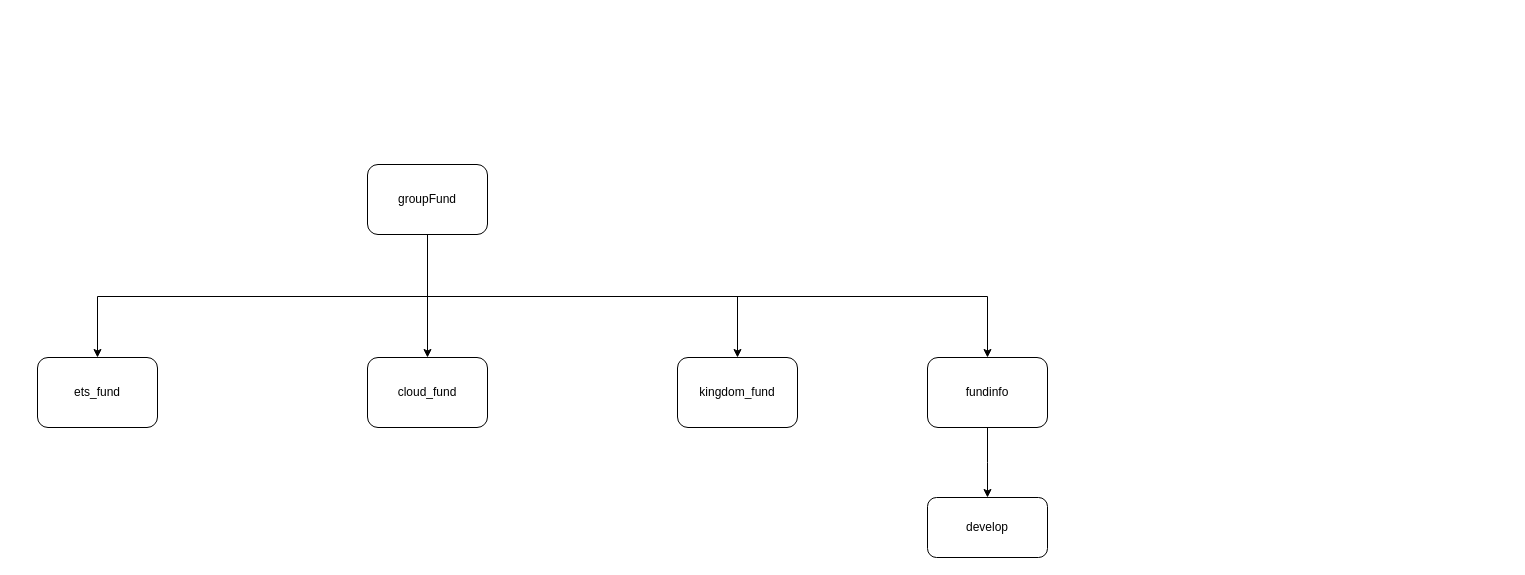
This is 基金git代码分支图.drawio from ammengke/my-drawio, a draw.io file, before an edit. Source tidied: cells renumbered, new cells numbered last; positions are measured from the earlier drawing's top-left corner, leaving out a move shared by most shapes. Both pictures are drawn from the tidied source at 100%, with x=0, y=0 at pixel (37, 164).
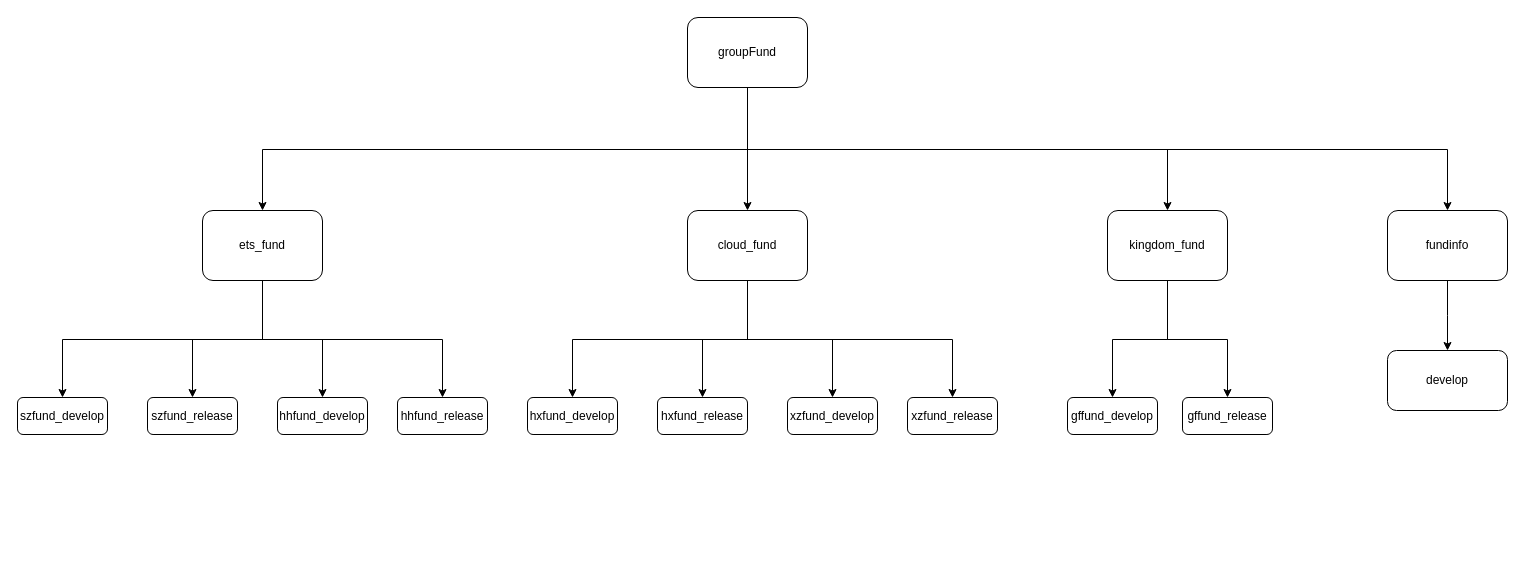
The same page after the edit.

Commit message (it also covers changes not shown here):
Update 基金git代码分支图.drawio

The edit, as a diff of the source:
```diff
@@
     <mxCell id="5" style="edgeStyle=elbowEdgeStyle;rounded=0;jettySize=auto;elbow=vertical;html=1;" parent="1" edge="1" source="6" target="11">
-      <mxGeometry relative="1" as="geometry" />
+      <mxGeometry relative="1" as="geometry">
+        <Array as="points">
+          <mxPoint x="1020" y="-15" />
+        </Array>
+      </mxGeometry>
     </mxCell>
     <mxCell id="6" value="groupFund" style="rounded=1;whiteSpace=wrap;html=1;" parent="1" vertex="1">
-      <mxGeometry x="330" width="120" height="70" as="geometry" />
+      <mxGeometry x="650" y="-147" width="120" height="70" as="geometry" />
     </mxCell>
+    <mxCell id="13" style="edgeStyle=elbowEdgeStyle;rounded=0;jettySize=auto;elbow=vertical;html=1;" parent="1" edge="1" source="7" target="23">
+      <mxGeometry relative="1" as="geometry" />
+    </mxCell>
+    <mxCell id="14" style="edgeStyle=elbowEdgeStyle;rounded=0;jettySize=auto;elbow=vertical;html=1;entryX=0.5;entryY=0;entryDx=0;entryDy=0;" parent="1" edge="1" source="7" target="24">
+      <mxGeometry relative="1" as="geometry" />
+    </mxCell>
+    <mxCell id="15" style="edgeStyle=elbowEdgeStyle;rounded=0;jettySize=auto;elbow=vertical;html=1;" parent="1" edge="1" source="7" target="25">
+      <mxGeometry relative="1" as="geometry" />
+    </mxCell>
+    <mxCell id="16" style="edgeStyle=elbowEdgeStyle;rounded=0;jettySize=auto;elbow=vertical;html=1;" parent="1" edge="1" source="7" target="26">
+      <mxGeometry relative="1" as="geometry" />
+    </mxCell>
     <mxCell id="7" value="ets_fund" style="rounded=1;whiteSpace=wrap;html=1;" parent="1" vertex="1">
-      <mxGeometry y="193" width="120" height="70" as="geometry" />
+      <mxGeometry x="165" y="46" width="120" height="70" as="geometry" />
     </mxCell>
+    <mxCell id="17" style="edgeStyle=elbowEdgeStyle;rounded=0;jettySize=auto;elbow=vertical;html=1;entryX=0.5;entryY=0;entryDx=0;entryDy=0;" parent="1" edge="1" source="8" target="27">
+      <mxGeometry relative="1" as="geometry" />
+    </mxCell>
+    <mxCell id="18" style="edgeStyle=elbowEdgeStyle;rounded=0;jettySize=auto;elbow=vertical;html=1;" parent="1" edge="1" source="8" target="28">
+      <mxGeometry relative="1" as="geometry" />
+    </mxCell>
+    <mxCell id="19" style="edgeStyle=elbowEdgeStyle;rounded=0;jettySize=auto;elbow=vertical;html=1;" parent="1" edge="1" source="8" target="29">
+      <mxGeometry relative="1" as="geometry" />
+    </mxCell>
+    <mxCell id="20" style="edgeStyle=elbowEdgeStyle;rounded=0;jettySize=auto;elbow=vertical;html=1;" parent="1" edge="1" source="8" target="30">
+      <mxGeometry relative="1" as="geometry" />
+    </mxCell>
     <mxCell id="8" value="cloud_fund" style="rounded=1;whiteSpace=wrap;html=1;" parent="1" vertex="1">
-      <mxGeometry x="330" y="193" width="120" height="70" as="geometry" />
+      <mxGeometry x="650" y="46" width="120" height="70" as="geometry" />
     </mxCell>
+    <mxCell id="21" style="edgeStyle=elbowEdgeStyle;rounded=0;jettySize=auto;elbow=vertical;html=1;" parent="1" edge="1" source="9" target="31">
+      <mxGeometry relative="1" as="geometry" />
+    </mxCell>
+    <mxCell id="22" style="edgeStyle=elbowEdgeStyle;rounded=0;jettySize=auto;elbow=vertical;html=1;" parent="1" edge="1" source="9" target="32">
+      <mxGeometry relative="1" as="geometry" />
+    </mxCell>
     <mxCell id="9" value="kingdom_fund" style="rounded=1;whiteSpace=wrap;html=1;" parent="1" vertex="1">
-      <mxGeometry x="640" y="193" width="120" height="70" as="geometry" />
+      <mxGeometry x="1070" y="46" width="120" height="70" as="geometry" />
     </mxCell>
@@
     <mxCell id="11" value="fundinfo" style="rounded=1;whiteSpace=wrap;html=1;" parent="1" vertex="1">
-      <mxGeometry x="890" y="193" width="120" height="70" as="geometry" />
+      <mxGeometry x="1350" y="46" width="120" height="70" as="geometry" />
     </mxCell>
     <mxCell id="12" value="develop" style="rounded=1;whiteSpace=wrap;html=1;strokeColor=#000000;" parent="1" vertex="1">
-      <mxGeometry x="890" y="333" width="120" height="60" as="geometry" />
+      <mxGeometry x="1350" y="186" width="120" height="60" as="geometry" />
     </mxCell>
+    <mxCell id="23" value="szfund_develop" style="rounded=1;whiteSpace=wrap;html=1;strokeColor=#000000;" parent="1" vertex="1">
+      <mxGeometry x="-20" y="233" width="90" height="37" as="geometry" />
+    </mxCell>
+    <mxCell id="24" value="szfund_release" style="rounded=1;whiteSpace=wrap;html=1;strokeColor=#000000;" parent="1" vertex="1">
+      <mxGeometry x="110" y="233" width="90" height="37" as="geometry" />
+    </mxCell>
+    <mxCell id="25" value="hhfund_develop" style="rounded=1;whiteSpace=wrap;html=1;strokeColor=#000000;" parent="1" vertex="1">
+      <mxGeometry x="240" y="233" width="90" height="37" as="geometry" />
+    </mxCell>
+    <mxCell id="26" value="hhfund_release" style="rounded=1;whiteSpace=wrap;html=1;strokeColor=#000000;" parent="1" vertex="1">
+      <mxGeometry x="360" y="233" width="90" height="37" as="geometry" />
+    </mxCell>
+    <mxCell id="27" value="hxfund_develop" style="rounded=1;whiteSpace=wrap;html=1;strokeColor=#000000;" parent="1" vertex="1">
+      <mxGeometry x="490" y="233" width="90" height="37" as="geometry" />
+    </mxCell>
+    <mxCell id="28" value="hxfund_release" style="rounded=1;whiteSpace=wrap;html=1;strokeColor=#000000;" parent="1" vertex="1">
+      <mxGeometry x="620" y="233" width="90" height="37" as="geometry" />
+    </mxCell>
+    <mxCell id="29" value="xzfund_develop" style="rounded=1;whiteSpace=wrap;html=1;strokeColor=#000000;" parent="1" vertex="1">
+      <mxGeometry x="750" y="233" width="90" height="37" as="geometry" />
+    </mxCell>
+    <mxCell id="30" value="xzfund_release" style="rounded=1;whiteSpace=wrap;html=1;strokeColor=#000000;" parent="1" vertex="1">
+      <mxGeometry x="870" y="233" width="90" height="37" as="geometry" />
+    </mxCell>
+    <mxCell id="31" value="gffund_develop" style="rounded=1;whiteSpace=wrap;html=1;strokeColor=#000000;" parent="1" vertex="1">
+      <mxGeometry x="1030" y="233" width="90" height="37" as="geometry" />
+    </mxCell>
+    <mxCell id="32" value="gffund_release" style="rounded=1;whiteSpace=wrap;html=1;strokeColor=#000000;" parent="1" vertex="1">
+      <mxGeometry x="1145" y="233" width="90" height="37" as="geometry" />
+    </mxCell>
```
